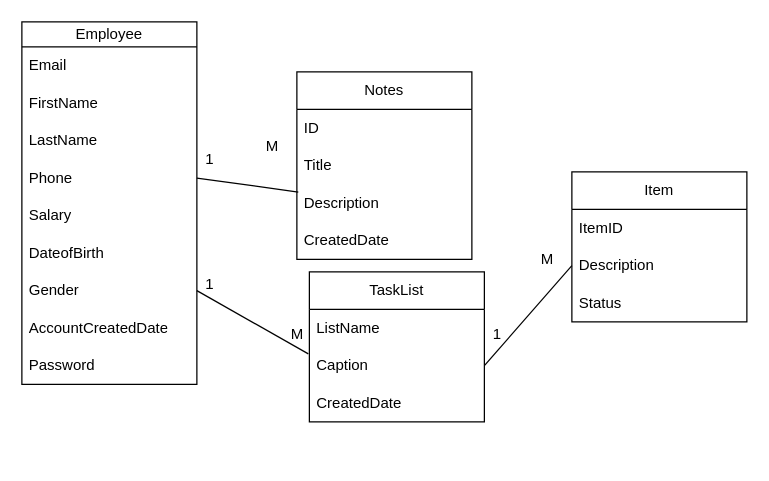
This is designs/Database.drawio from isumhansana/aiphp, a draw.io file, before an edit. Source tidied: cells renumbered, new cells numbered last; positions are measured from the earlier drawing's top-left corner, leaving out a move shared by most shapes. Both pictures are drawn from the tidied source at 125%, with x=0, y=0 at pixel (21, 21).
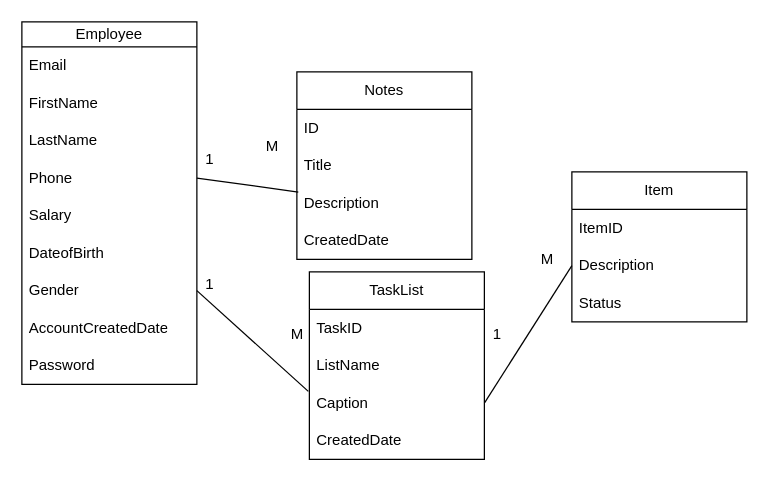
After the change.

The edit, as a diff of the source:
```diff
@@
     <mxCell id="18" value="TaskList" style="swimlane;fontStyle=0;horizontal=1;startSize=30;whiteSpace=wrap;html=1;" parent="1" vertex="1">
-      <mxGeometry x="230" y="200" width="140" height="120" as="geometry" />
+      <mxGeometry x="230" y="200" width="140" height="150" as="geometry" />
     </mxCell>
+    <mxCell id="35" value="TaskID" style="text;strokeColor=none;fillColor=none;align=left;verticalAlign=middle;spacingLeft=4;spacingRight=4;overflow=hidden;whiteSpace=wrap;html=1;" parent="18" vertex="1">
+      <mxGeometry y="30" width="140" height="30" as="geometry" />
+    </mxCell>
     <mxCell id="19" value="ListName" style="text;strokeColor=none;fillColor=none;align=left;verticalAlign=middle;spacingLeft=4;spacingRight=4;overflow=hidden;whiteSpace=wrap;html=1;" parent="18" vertex="1">
-      <mxGeometry y="30" width="140" height="30" as="geometry" />
+      <mxGeometry y="60" width="140" height="30" as="geometry" />
     </mxCell>
     <mxCell id="20" value="Caption" style="text;strokeColor=none;fillColor=none;align=left;verticalAlign=middle;spacingLeft=4;spacingRight=4;overflow=hidden;points=[[0,0.5],[1,0.5]];portConstraint=eastwest;whiteSpace=wrap;html=1;" parent="18" vertex="1">
-      <mxGeometry y="60" width="140" height="30" as="geometry" />
+      <mxGeometry y="90" width="140" height="30" as="geometry" />
     </mxCell>
     <mxCell id="21" value="CreatedDate" style="text;strokeColor=none;fillColor=none;align=left;verticalAlign=middle;spacingLeft=4;spacingRight=4;overflow=hidden;whiteSpace=wrap;html=1;" parent="18" vertex="1">
-      <mxGeometry y="90" width="140" height="30" as="geometry" />
+      <mxGeometry y="120" width="140" height="30" as="geometry" />
     </mxCell>
```
